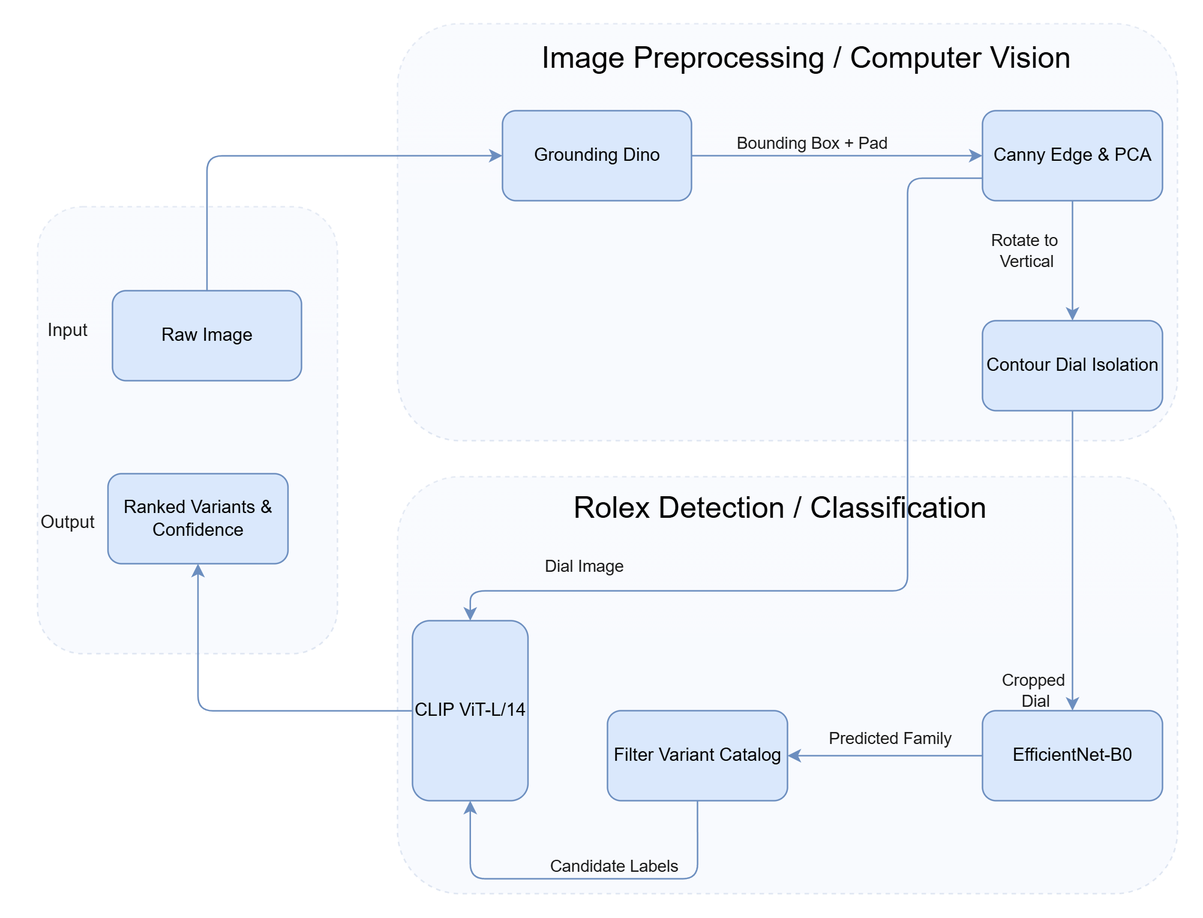
The draw.io diagram front_end/public/images/Workflow.drawio.png in AlexDaPiggie/Rolex_Finder_DeepLearning_Model, before a commit. Source tidied: cells renumbered, new cells last; positions are measured from the earlier drawing's top-left corner, leaving out a move shared by most shapes.
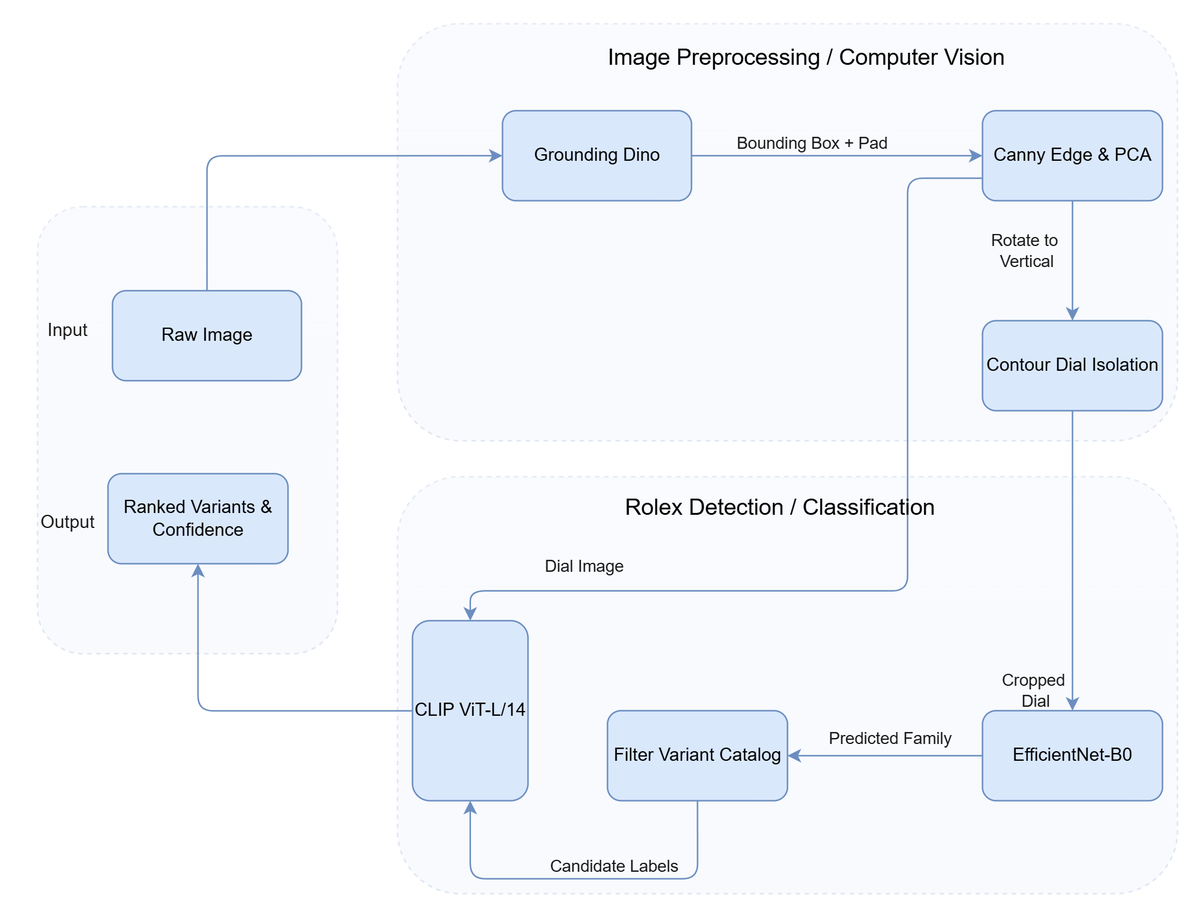
Later version of the same file.

Commit message:
udpate diagram in readme

The edit, as a diff of the source:
```diff
@@ -100,10 +100,10 @@
     <mxCell id="26" value="Ranked Variants &amp;amp; Confidence" style="whiteSpace=wrap;html=1;rounded=1;labelBackgroundColor=none;fillColor=#dae8fc;strokeColor=#6c8ebf;" parent="1" vertex="1">
       <mxGeometry x="57" y="300" width="120" height="60" as="geometry" />
     </mxCell>
-    <mxCell id="27" value="&lt;font face=&quot;Helvetica&quot;&gt;Image Preprocessing / Computer Vision&lt;/font&gt;" style="text;html=1;whiteSpace=wrap;align=center;verticalAlign=middle;rounded=1;fontFamily=Architects Daughter;fontSource=https%3A%2F%2Ffonts.googleapis.com%2Fcss%3Ffamily%3DArchitects%2BDaughter;labelBackgroundColor=none;fontSize=20;" parent="1" vertex="1">
+    <mxCell id="27" value="&lt;font face=&quot;Helvetica&quot;&gt;Image Preprocessing / Computer Vision&lt;/font&gt;" style="text;html=1;whiteSpace=wrap;align=center;verticalAlign=middle;rounded=1;fontFamily=Architects Daughter;fontSource=https%3A%2F%2Ffonts.googleapis.com%2Fcss%3Ffamily%3DArchitects%2BDaughter;labelBackgroundColor=none;fontSize=15;" parent="1" vertex="1">
       <mxGeometry x="325" y="8" width="395" height="30" as="geometry" />
     </mxCell>
-    <mxCell id="28" value="&lt;font face=&quot;Helvetica&quot;&gt;Rolex Detection / Classification&lt;/font&gt;" style="text;html=1;whiteSpace=wrap;align=center;verticalAlign=middle;rounded=1;fontFamily=Architects Daughter;fontSource=https://fonts.googleapis.com/css?family=Architects+Daughter;labelBackgroundColor=none;fontSize=20;" parent="1" vertex="1">
+    <mxCell id="28" value="&lt;font face=&quot;Helvetica&quot;&gt;Rolex Detection / Classification&lt;/font&gt;" style="text;html=1;whiteSpace=wrap;align=center;verticalAlign=middle;rounded=1;fontFamily=Architects Daughter;fontSource=https://fonts.googleapis.com/css?family=Architects+Daughter;labelBackgroundColor=none;fontSize=15;" parent="1" vertex="1">
       <mxGeometry x="320" y="308" width="370" height="30" as="geometry" />
     </mxCell>
     <mxCell id="29" value="Input" style="text;html=1;whiteSpace=wrap;strokeColor=none;fillColor=none;align=center;verticalAlign=middle;rounded=0;fontColor=#1A1A1A;" parent="1" vertex="1">
```
